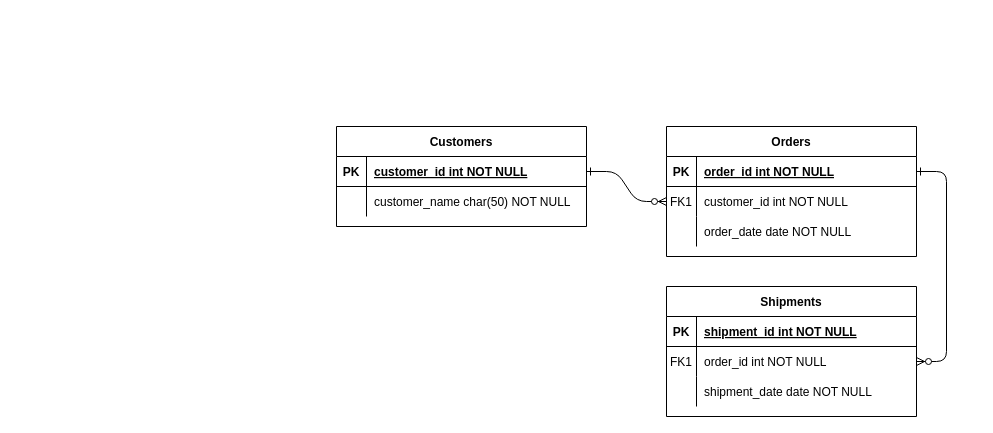
This is Untitled Diagram.drawio from pateldeep99/Payroll-Management-System, a draw.io file, before an edit. Source tidied: cells renumbered, new cells numbered last; positions are measured from the earlier drawing's top-left corner, leaving out a move shared by most shapes. Both pictures are drawn from the tidied source at 100%, with x=0, y=0 at pixel (336, 126).
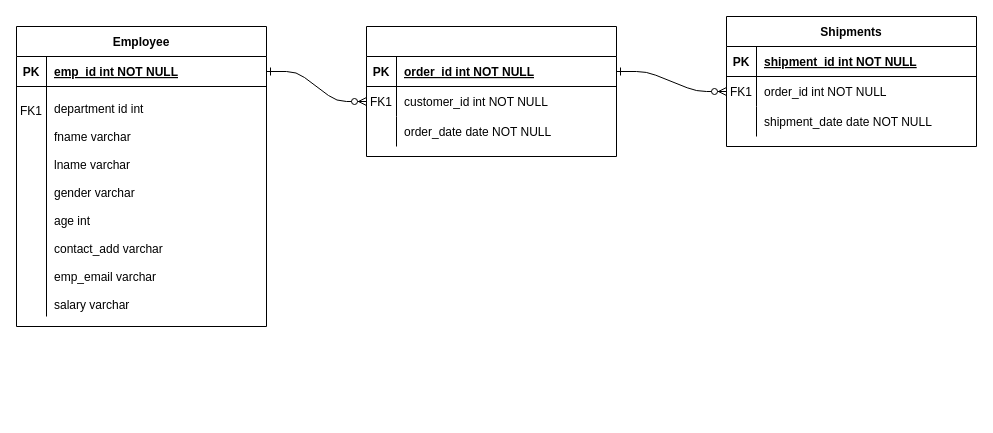
Above is the later version.

The change refers to these unchanged cells:
```xml
<mxCell id="25" style="shape=partialRectangle;fillColor=none;points=[[0,0.5],[1,0.5]];portConstraint=eastwest;top=0;left=0;right=0;bottom=1;" parent="24" vertex="1">
  <mxGeometry y="30" width="250" height="30" as="geometry" />
</mxCell>
```

What changed in the source:
```diff
@@
-    <mxCell id="4" value="Orders" style="shape=table;startSize=30;childLayout=tableLayout;rowLines=0;fontStyle=1;align=center;" parent="1" vertex="1">
-      <mxGeometry x="330" width="250" height="130" as="geometry" />
+    <mxCell id="4" style="shape=table;startSize=30;childLayout=tableLayout;rowLines=0;fontStyle=1;align=center;" parent="1" vertex="1">
+      <mxGeometry x="30" y="-100" width="250" height="130" as="geometry" />
     </mxCell>
@@
     <mxCell id="14" value="Shipments" style="shape=table;startSize=30;childLayout=tableLayout;rowLines=0;fontStyle=1;align=center;" parent="1" vertex="1">
-      <mxGeometry x="330" y="160" width="250" height="130" as="geometry" />
+      <mxGeometry x="390" y="-110" width="250" height="130" as="geometry" />
     </mxCell>
@@
-    <mxCell id="24" value="Customers" style="shape=table;startSize=30;childLayout=tableLayout;rowLines=0;fontStyle=1;align=center;" parent="1" vertex="1">
-      <mxGeometry width="250" height="100" as="geometry" />
+    <mxCell id="24" value="Employee" style="shape=table;startSize=30;childLayout=tableLayout;rowLines=0;fontStyle=1;align=center;" parent="1" vertex="1">
+      <mxGeometry x="-320" y="-100" width="250" height="300" as="geometry" />
     </mxCell>
@@
-    <mxCell id="27" value="customer_id int NOT NULL " style="shape=partialRectangle;overflow=hidden;fillColor=none;top=0;left=0;bottom=0;right=0;align=left;spacingLeft=6;fontStyle=5;" parent="25" vertex="1">
+    <mxCell id="27" value="emp_id int NOT NULL " style="shape=partialRectangle;overflow=hidden;fillColor=none;top=0;left=0;bottom=0;right=0;align=left;spacingLeft=6;fontStyle=5;" parent="25" vertex="1">
       <mxGeometry x="30" width="220" height="30" as="geometry" />
     </mxCell>
     <mxCell id="28" style="shape=partialRectangle;fillColor=none;top=0;left=0;right=0;bottom=0;" parent="24" vertex="1">
-      <mxGeometry y="60" width="250" height="30" as="geometry" />
+      <mxGeometry y="60" width="250" height="230" as="geometry" />
     </mxCell>
-    <mxCell id="29" style="shape=partialRectangle;overflow=hidden;fillColor=none;top=0;left=0;bottom=0;right=0;" parent="28" vertex="1">
-      <mxGeometry width="30" height="30" as="geometry" />
+    <mxCell id="29" value="FK1&#10;&#10;&#10;&#10;&#10;&#10;&#10;&#10;&#10;&#10;&#10;&#10;&#10;" style="shape=partialRectangle;overflow=hidden;fillColor=none;top=0;left=0;bottom=0;right=0;" parent="28" vertex="1">
+      <mxGeometry width="30" height="230" as="geometry" />
     </mxCell>
-    <mxCell id="30" value="customer_name char(50) NOT NULL" style="shape=partialRectangle;overflow=hidden;fillColor=none;top=0;left=0;bottom=0;right=0;align=left;spacingLeft=6;" parent="28" vertex="1">
-      <mxGeometry x="30" width="220" height="30" as="geometry" />
+    <mxCell id="30" value="&#10;department id int &#10;&#10;fname varchar&#10;&#10;lname varchar&#10;&#10;gender varchar&#10;&#10;age int&#10;&#10;contact_add varchar&#10;&#10;emp_email varchar&#10;&#10;salary varchar&#10;&#10;&#10;&#10;" style="shape=partialRectangle;overflow=hidden;fillColor=none;top=0;left=0;bottom=0;right=0;align=left;spacingLeft=6;" parent="28" vertex="1">
+      <mxGeometry x="30" width="220" height="230" as="geometry" />
     </mxCell>
```
